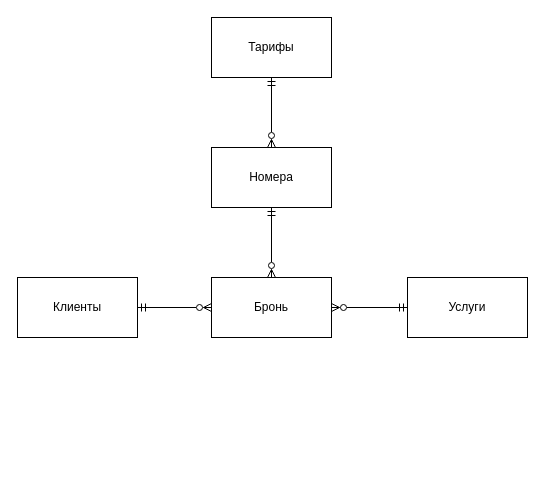
Bebrono/BD_mfti keeps this draw.io diagram as Концептуальная модель.drawio. Above is the earlier version. Source tidied: cells renumbered, new cells numbered last; positions are measured from the earlier drawing's top-left corner, leaving out a move shared by most shapes. Both pictures are drawn from the tidied source at 100%, with x=0, y=0 at pixel (17, 17).
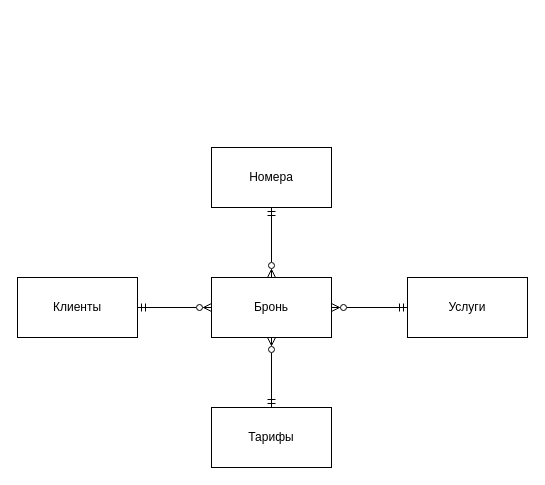
The same page after the edit.

Diff of the diagram source:
```diff
@@
 <mxGraphModel>
   <root>
     <mxCell id="0" />
     <mxCell id="1" parent="0" />
     <mxCell id="2" style="edgeStyle=orthogonalEdgeStyle;rounded=0;jettySize=auto;html=1;endArrow=ERzeroToMany;endFill=0;startArrow=ERmandOne;startFill=0;" parent="1" edge="1" source="3" target="4">
       <mxGeometry relative="1" as="geometry" />
     </mxCell>
     <mxCell id="3" value="Клиенты" style="rounded=0;whiteSpace=wrap;html=1;" parent="1" vertex="1">
       <mxGeometry y="260" width="120" height="60" as="geometry" />
     </mxCell>
     <mxCell id="4" value="Бронь" style="rounded=0;whiteSpace=wrap;html=1;" parent="1" vertex="1">
       <mxGeometry x="194" y="260" width="120" height="60" as="geometry" />
     </mxCell>
     <mxCell id="5" style="edgeStyle=orthogonalEdgeStyle;rounded=0;jettySize=auto;html=1;endArrow=ERzeroToMany;endFill=0;startArrow=ERmandOne;startFill=0;" parent="1" edge="1" source="6" target="4">
       <mxGeometry relative="1" as="geometry" />
     </mxCell>
     <mxCell id="6" value="Услуги" style="rounded=0;whiteSpace=wrap;html=1;" parent="1" vertex="1">
       <mxGeometry x="390" y="260" width="120" height="60" as="geometry" />
     </mxCell>
     <mxCell id="7" style="edgeStyle=orthogonalEdgeStyle;rounded=0;jettySize=auto;html=1;startArrow=ERmandOne;startFill=0;endArrow=ERzeroToMany;endFill=0;" parent="1" edge="1" source="8" target="4">
       <mxGeometry relative="1" as="geometry" />
     </mxCell>
     <mxCell id="8" value="Номера" style="rounded=0;whiteSpace=wrap;html=1;" parent="1" vertex="1">
       <mxGeometry x="194" y="130" width="120" height="60" as="geometry" />
     </mxCell>
-    <mxCell id="9" style="edgeStyle=orthogonalEdgeStyle;rounded=0;jettySize=auto;html=1;endArrow=ERzeroToMany;endFill=0;startArrow=ERmandOne;startFill=0;" parent="1" edge="1" source="10" target="8">
-      <mxGeometry relative="1" as="geometry" />
-    </mxCell>
     <mxCell id="10" value="Тарифы" style="rounded=0;whiteSpace=wrap;html=1;" parent="1" vertex="1">
-      <mxGeometry x="194" width="120" height="60" as="geometry" />
+      <mxGeometry x="194" y="390" width="120" height="60" as="geometry" />
     </mxCell>
+    <mxCell id="11" style="edgeStyle=orthogonalEdgeStyle;rounded=0;jettySize=auto;html=1;endArrow=ERzeroToMany;endFill=0;startArrow=ERmandOne;startFill=0;exitX=0.5;exitY=0;exitDx=0;exitDy=0;entryX=0.5;entryY=1;entryDx=0;entryDy=0;" parent="1" edge="1" source="10" target="4">
+      <mxGeometry relative="1" as="geometry" />
+    </mxCell>
   </root>
 </mxGraphModel>
```
